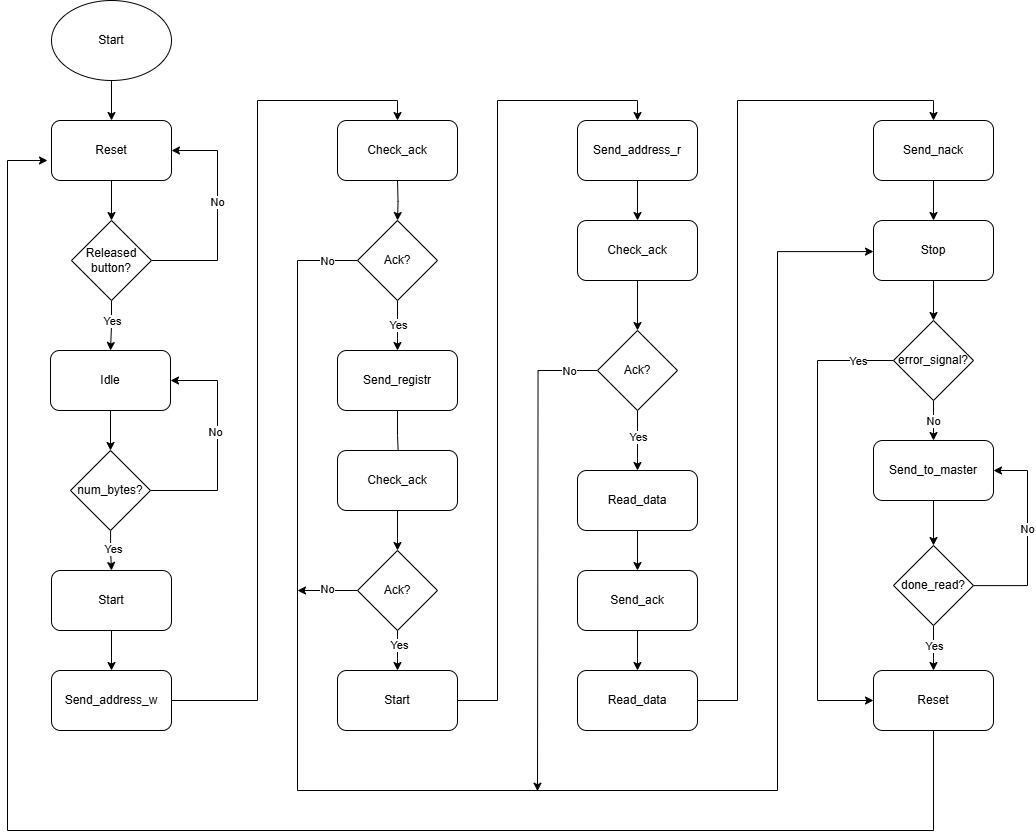
Haismd03/de1-project keeps this draw.io diagram as img/I2C_driver_flowchart.drawio.png. Above is the earlier version. Source tidied: cells renumbered, new cells last; positions are measured from the earlier drawing's top-left corner, leaving out a move shared by most shapes. Source of this version:
```xml
<mxGraphModel>
  <root>
    <mxCell id="0" />
    <mxCell id="1" parent="0" />
    <mxCell id="2" style="edgeStyle=orthogonalEdgeStyle;rounded=0;jettySize=auto;html=1;entryX=0.5;entryY=0;entryDx=0;entryDy=0;" parent="1" edge="1" source="3" target="10">
      <mxGeometry relative="1" as="geometry" />
    </mxCell>
    <mxCell id="3" value="Reset" style="rounded=1;whiteSpace=wrap;html=1;" parent="1" vertex="1">
      <mxGeometry x="44" y="120" width="120" height="60" as="geometry" />
    </mxCell>
    <mxCell id="4" style="edgeStyle=orthogonalEdgeStyle;rounded=0;jettySize=auto;html=1;entryX=0.5;entryY=0;entryDx=0;entryDy=0;" parent="1" edge="1" source="5" target="3">
      <mxGeometry relative="1" as="geometry" />
    </mxCell>
    <mxCell id="5" value="Start" style="ellipse;whiteSpace=wrap;html=1;" parent="1" vertex="1">
      <mxGeometry x="44" width="120" height="80" as="geometry" />
    </mxCell>
    <mxCell id="6" style="edgeStyle=orthogonalEdgeStyle;rounded=0;jettySize=auto;html=1;entryX=1;entryY=0.5;entryDx=0;entryDy=0;" parent="1" edge="1" source="10" target="3">
      <mxGeometry relative="1" as="geometry">
        <Array as="points">
          <mxPoint x="210" y="260" />
          <mxPoint x="210" y="150" />
        </Array>
      </mxGeometry>
    </mxCell>
    <mxCell id="7" value="No" style="edgeLabel;html=1;align=center;verticalAlign=middle;" parent="6" vertex="1">
      <mxGeometry x="0.19" y="1" relative="1" as="geometry">
        <mxPoint y="6" as="offset" />
      </mxGeometry>
    </mxCell>
    <mxCell id="8" style="edgeStyle=orthogonalEdgeStyle;rounded=0;jettySize=auto;html=1;entryX=0.5;entryY=0;entryDx=0;entryDy=0;" parent="1" edge="1" source="10" target="12">
      <mxGeometry relative="1" as="geometry" />
    </mxCell>
    <mxCell id="9" value="Yes" style="edgeLabel;html=1;align=center;verticalAlign=middle;" parent="8" vertex="1">
      <mxGeometry x="-0.18" y="2" relative="1" as="geometry">
        <mxPoint x="-2" as="offset" />
      </mxGeometry>
    </mxCell>
    <mxCell id="10" value="Released button?" style="rhombus;whiteSpace=wrap;html=1;" parent="1" vertex="1">
      <mxGeometry x="64" y="220" width="80" height="80" as="geometry" />
    </mxCell>
    <mxCell id="11" style="edgeStyle=orthogonalEdgeStyle;rounded=0;jettySize=auto;html=1;entryX=0.5;entryY=0;entryDx=0;entryDy=0;" parent="1" edge="1" source="12" target="17">
      <mxGeometry relative="1" as="geometry" />
    </mxCell>
    <mxCell id="12" value="Idle" style="rounded=1;whiteSpace=wrap;html=1;" parent="1" vertex="1">
      <mxGeometry x="43" y="350" width="120" height="60" as="geometry" />
    </mxCell>
    <mxCell id="13" style="edgeStyle=orthogonalEdgeStyle;rounded=0;jettySize=auto;html=1;entryX=1;entryY=0.5;entryDx=0;entryDy=0;" parent="1" edge="1" source="17" target="12">
      <mxGeometry relative="1" as="geometry">
        <Array as="points">
          <mxPoint x="210" y="490" />
          <mxPoint x="210" y="380" />
        </Array>
      </mxGeometry>
    </mxCell>
    <mxCell id="14" value="No" style="edgeLabel;html=1;align=center;verticalAlign=middle;" parent="13" vertex="1">
      <mxGeometry x="0.12" y="3" relative="1" as="geometry" />
    </mxCell>
    <mxCell id="15" style="edgeStyle=orthogonalEdgeStyle;rounded=0;jettySize=auto;html=1;entryX=0.5;entryY=0;entryDx=0;entryDy=0;" parent="1" edge="1" source="17" target="19">
      <mxGeometry relative="1" as="geometry" />
    </mxCell>
    <mxCell id="16" value="Yes" style="edgeLabel;html=1;align=center;verticalAlign=middle;" parent="15" vertex="1">
      <mxGeometry x="-0.1" y="2" relative="1" as="geometry" />
    </mxCell>
    <mxCell id="17" value="num_bytes?" style="rhombus;whiteSpace=wrap;html=1;" parent="1" vertex="1">
      <mxGeometry x="63" y="450" width="80" height="80" as="geometry" />
    </mxCell>
    <mxCell id="18" style="edgeStyle=orthogonalEdgeStyle;rounded=0;jettySize=auto;html=1;entryX=0.5;entryY=0;entryDx=0;entryDy=0;" parent="1" edge="1" source="19" target="21">
      <mxGeometry relative="1" as="geometry" />
    </mxCell>
    <mxCell id="19" value="Start" style="rounded=1;whiteSpace=wrap;html=1;" parent="1" vertex="1">
      <mxGeometry x="44" y="570" width="120" height="60" as="geometry" />
    </mxCell>
    <mxCell id="20" style="edgeStyle=orthogonalEdgeStyle;rounded=0;jettySize=auto;html=1;entryX=0.5;entryY=0;entryDx=0;entryDy=0;" parent="1" edge="1" source="21" target="23">
      <mxGeometry relative="1" as="geometry">
        <Array as="points">
          <mxPoint x="250" y="700" />
          <mxPoint x="250" y="100" />
          <mxPoint x="390" y="100" />
        </Array>
      </mxGeometry>
    </mxCell>
    <mxCell id="21" value="Send_address_w" style="rounded=1;whiteSpace=wrap;html=1;" parent="1" vertex="1">
      <mxGeometry x="44" y="670" width="120" height="60" as="geometry" />
    </mxCell>
    <mxCell id="22" style="edgeStyle=orthogonalEdgeStyle;rounded=0;jettySize=auto;html=1;entryX=0.5;entryY=0;entryDx=0;entryDy=0;" parent="1" edge="1" target="28">
      <mxGeometry relative="1" as="geometry">
        <mxPoint x="390" y="180" as="sourcePoint" />
      </mxGeometry>
    </mxCell>
    <mxCell id="23" value="Check_ack" style="rounded=1;whiteSpace=wrap;html=1;" parent="1" vertex="1">
      <mxGeometry x="330" y="120" width="120" height="60" as="geometry" />
    </mxCell>
    <mxCell id="24" style="edgeStyle=orthogonalEdgeStyle;rounded=0;jettySize=auto;html=1;entryX=0.5;entryY=0;entryDx=0;entryDy=0;" parent="1" edge="1" source="28" target="30">
      <mxGeometry relative="1" as="geometry" />
    </mxCell>
    <mxCell id="25" value="Yes" style="edgeLabel;html=1;align=center;verticalAlign=middle;" parent="24" vertex="1">
      <mxGeometry x="-0.09" relative="1" as="geometry" />
    </mxCell>
    <mxCell id="26" style="edgeStyle=orthogonalEdgeStyle;rounded=0;jettySize=auto;html=1;" parent="1" edge="1" source="28" target="58">
      <mxGeometry relative="1" as="geometry">
        <Array as="points">
          <mxPoint x="290" y="260" />
          <mxPoint x="290" y="790" />
          <mxPoint x="770" y="790" />
          <mxPoint x="770" y="251" />
          <mxPoint x="860" y="251" />
          <mxPoint x="860" y="250" />
        </Array>
      </mxGeometry>
    </mxCell>
    <mxCell id="27" value="No" style="edgeLabel;html=1;align=center;verticalAlign=middle;" parent="26" vertex="1">
      <mxGeometry x="-0.96" relative="1" as="geometry" />
    </mxCell>
    <mxCell id="28" value="Ack?" style="rhombus;whiteSpace=wrap;html=1;" parent="1" vertex="1">
      <mxGeometry x="350" y="220" width="80" height="80" as="geometry" />
    </mxCell>
    <mxCell id="29" style="edgeStyle=orthogonalEdgeStyle;rounded=0;jettySize=auto;html=1;exitX=0.5;exitY=1;exitDx=0;exitDy=0;" parent="1" edge="1" source="30">
      <mxGeometry relative="1" as="geometry">
        <mxPoint x="390" y="460" as="targetPoint" />
        <Array as="points">
          <mxPoint x="390" y="435" />
          <mxPoint x="391" y="435" />
          <mxPoint x="391" y="460" />
        </Array>
      </mxGeometry>
    </mxCell>
    <mxCell id="30" value="Send_registr" style="rounded=1;whiteSpace=wrap;html=1;" parent="1" vertex="1">
      <mxGeometry x="330" y="350" width="120" height="60" as="geometry" />
    </mxCell>
    <mxCell id="31" style="edgeStyle=orthogonalEdgeStyle;rounded=0;jettySize=auto;html=1;exitX=0.5;exitY=1;exitDx=0;exitDy=0;entryX=0.5;entryY=0;entryDx=0;entryDy=0;" parent="1" edge="1" source="35" target="37">
      <mxGeometry relative="1" as="geometry" />
    </mxCell>
    <mxCell id="32" value="Yes" style="edgeLabel;html=1;align=center;verticalAlign=middle;" parent="31" vertex="1">
      <mxGeometry x="-0.25" y="1" relative="1" as="geometry" />
    </mxCell>
    <mxCell id="33" style="edgeStyle=orthogonalEdgeStyle;rounded=0;jettySize=auto;html=1;" parent="1" edge="1" source="35">
      <mxGeometry relative="1" as="geometry">
        <mxPoint x="290" y="590" as="targetPoint" />
      </mxGeometry>
    </mxCell>
    <mxCell id="34" value="No" style="edgeLabel;html=1;align=center;verticalAlign=middle;" parent="33" vertex="1">
      <mxGeometry x="-0.03" y="-2" relative="1" as="geometry">
        <mxPoint x="1" y="-2" as="offset" />
      </mxGeometry>
    </mxCell>
    <mxCell id="35" value="Ack?" style="rhombus;whiteSpace=wrap;html=1;" parent="1" vertex="1">
      <mxGeometry x="350" y="550" width="80" height="80" as="geometry" />
    </mxCell>
    <mxCell id="36" style="edgeStyle=orthogonalEdgeStyle;rounded=0;jettySize=auto;html=1;entryX=0.5;entryY=0;entryDx=0;entryDy=0;" parent="1" edge="1" source="37" target="39">
      <mxGeometry relative="1" as="geometry">
        <Array as="points">
          <mxPoint x="490" y="700" />
          <mxPoint x="490" y="100" />
          <mxPoint x="630" y="100" />
        </Array>
      </mxGeometry>
    </mxCell>
    <mxCell id="37" value="Start" style="rounded=1;whiteSpace=wrap;html=1;" parent="1" vertex="1">
      <mxGeometry x="330" y="670" width="120" height="60" as="geometry" />
    </mxCell>
    <mxCell id="38" style="edgeStyle=orthogonalEdgeStyle;rounded=0;jettySize=auto;html=1;exitX=0.5;exitY=1;exitDx=0;exitDy=0;entryX=0.5;entryY=0;entryDx=0;entryDy=0;" parent="1" edge="1" source="39" target="48">
      <mxGeometry relative="1" as="geometry" />
    </mxCell>
    <mxCell id="39" value="Send_address_r" style="rounded=1;whiteSpace=wrap;html=1;" parent="1" vertex="1">
      <mxGeometry x="570" y="120" width="120" height="60" as="geometry" />
    </mxCell>
    <mxCell id="40" style="edgeStyle=orthogonalEdgeStyle;rounded=0;jettySize=auto;html=1;entryX=0.5;entryY=0;entryDx=0;entryDy=0;" parent="1" edge="1" source="41" target="35">
      <mxGeometry relative="1" as="geometry" />
    </mxCell>
    <mxCell id="41" value="Check_ack" style="rounded=1;whiteSpace=wrap;html=1;" parent="1" vertex="1">
      <mxGeometry x="330" y="450" width="120" height="60" as="geometry" />
    </mxCell>
    <mxCell id="42" style="edgeStyle=orthogonalEdgeStyle;rounded=0;jettySize=auto;html=1;entryX=0.5;entryY=0;entryDx=0;entryDy=0;" parent="1" edge="1" source="46" target="50">
      <mxGeometry relative="1" as="geometry" />
    </mxCell>
    <mxCell id="43" value="Yes" style="edgeLabel;html=1;align=center;verticalAlign=middle;" parent="42" vertex="1">
      <mxGeometry x="0.07" y="2" relative="1" as="geometry">
        <mxPoint x="-2" y="-7" as="offset" />
      </mxGeometry>
    </mxCell>
    <mxCell id="44" style="edgeStyle=orthogonalEdgeStyle;rounded=0;jettySize=auto;html=1;" parent="1" edge="1" source="46">
      <mxGeometry relative="1" as="geometry">
        <mxPoint x="530" y="790.7" as="targetPoint" />
      </mxGeometry>
    </mxCell>
    <mxCell id="45" value="No" style="edgeLabel;html=1;align=center;verticalAlign=middle;" parent="44" vertex="1">
      <mxGeometry x="-0.88" relative="1" as="geometry" />
    </mxCell>
    <mxCell id="46" value="Ack?" style="rhombus;whiteSpace=wrap;html=1;" parent="1" vertex="1">
      <mxGeometry x="590" y="330" width="80" height="80" as="geometry" />
    </mxCell>
    <mxCell id="47" style="edgeStyle=orthogonalEdgeStyle;rounded=0;jettySize=auto;html=1;entryX=0.5;entryY=0;entryDx=0;entryDy=0;" parent="1" edge="1" source="48" target="46">
      <mxGeometry relative="1" as="geometry" />
    </mxCell>
    <mxCell id="48" value="Check_ack" style="rounded=1;whiteSpace=wrap;html=1;" parent="1" vertex="1">
      <mxGeometry x="570" y="220" width="120" height="60" as="geometry" />
    </mxCell>
    <mxCell id="49" style="edgeStyle=orthogonalEdgeStyle;rounded=0;jettySize=auto;html=1;entryX=0.5;entryY=0;entryDx=0;entryDy=0;" parent="1" edge="1" source="50" target="52">
      <mxGeometry relative="1" as="geometry" />
    </mxCell>
    <mxCell id="50" value="Read_data" style="rounded=1;whiteSpace=wrap;html=1;" parent="1" vertex="1">
      <mxGeometry x="570" y="470" width="120" height="60" as="geometry" />
    </mxCell>
    <mxCell id="51" style="edgeStyle=orthogonalEdgeStyle;rounded=0;jettySize=auto;html=1;entryX=0.5;entryY=0;entryDx=0;entryDy=0;" parent="1" edge="1" source="52" target="54">
      <mxGeometry relative="1" as="geometry" />
    </mxCell>
    <mxCell id="52" value="Send_ack" style="rounded=1;whiteSpace=wrap;html=1;" parent="1" vertex="1">
      <mxGeometry x="570" y="570" width="120" height="60" as="geometry" />
    </mxCell>
    <mxCell id="53" style="edgeStyle=orthogonalEdgeStyle;rounded=0;jettySize=auto;html=1;entryX=0.5;entryY=0;entryDx=0;entryDy=0;" parent="1" edge="1" source="54" target="56">
      <mxGeometry relative="1" as="geometry">
        <Array as="points">
          <mxPoint x="730" y="700" />
          <mxPoint x="730" y="100" />
          <mxPoint x="926" y="100" />
        </Array>
      </mxGeometry>
    </mxCell>
    <mxCell id="54" value="Read_data" style="rounded=1;whiteSpace=wrap;html=1;" parent="1" vertex="1">
      <mxGeometry x="570" y="670" width="120" height="60" as="geometry" />
    </mxCell>
    <mxCell id="55" style="edgeStyle=orthogonalEdgeStyle;rounded=0;jettySize=auto;html=1;entryX=0.5;entryY=0;entryDx=0;entryDy=0;" parent="1" edge="1" source="56" target="58">
      <mxGeometry relative="1" as="geometry" />
    </mxCell>
    <mxCell id="56" value="Send_nack" style="rounded=1;whiteSpace=wrap;html=1;" parent="1" vertex="1">
      <mxGeometry x="866" y="120" width="120" height="60" as="geometry" />
    </mxCell>
    <mxCell id="57" style="edgeStyle=orthogonalEdgeStyle;rounded=0;jettySize=auto;html=1;entryX=0.5;entryY=0;entryDx=0;entryDy=0;" parent="1" edge="1" source="58" target="63">
      <mxGeometry relative="1" as="geometry" />
    </mxCell>
    <mxCell id="58" value="Stop" style="rounded=1;whiteSpace=wrap;html=1;" parent="1" vertex="1">
      <mxGeometry x="866" y="220" width="120" height="60" as="geometry" />
    </mxCell>
    <mxCell id="59" style="edgeStyle=orthogonalEdgeStyle;rounded=0;jettySize=auto;html=1;exitX=0.5;exitY=1;exitDx=0;exitDy=0;entryX=0.5;entryY=0;entryDx=0;entryDy=0;" parent="1" edge="1" source="63" target="65">
      <mxGeometry relative="1" as="geometry" />
    </mxCell>
    <mxCell id="60" value="No" style="edgeLabel;html=1;align=center;verticalAlign=middle;" parent="59" vertex="1">
      <mxGeometry x="-0.04" y="-1" relative="1" as="geometry" />
    </mxCell>
    <mxCell id="61" style="edgeStyle=orthogonalEdgeStyle;rounded=0;jettySize=auto;html=1;entryX=0;entryY=0.5;entryDx=0;entryDy=0;" parent="1" edge="1" source="63" target="72">
      <mxGeometry relative="1" as="geometry">
        <Array as="points">
          <mxPoint x="810" y="360" />
          <mxPoint x="810" y="700" />
        </Array>
      </mxGeometry>
    </mxCell>
    <mxCell id="62" value="Yes" style="edgeLabel;html=1;align=center;verticalAlign=middle;" parent="61" vertex="1">
      <mxGeometry x="-0.85" relative="1" as="geometry" />
    </mxCell>
    <mxCell id="63" value="error_signal?" style="rhombus;whiteSpace=wrap;html=1;" parent="1" vertex="1">
      <mxGeometry x="886" y="320" width="80" height="80" as="geometry" />
    </mxCell>
    <mxCell id="64" style="edgeStyle=orthogonalEdgeStyle;rounded=0;jettySize=auto;html=1;entryX=0.5;entryY=0;entryDx=0;entryDy=0;" parent="1" edge="1" source="65" target="70">
      <mxGeometry relative="1" as="geometry" />
    </mxCell>
    <mxCell id="65" value="Send_to_master" style="rounded=1;whiteSpace=wrap;html=1;" parent="1" vertex="1">
      <mxGeometry x="866" y="440" width="120" height="60" as="geometry" />
    </mxCell>
    <mxCell id="66" style="edgeStyle=orthogonalEdgeStyle;rounded=0;jettySize=auto;html=1;entryX=0.5;entryY=0;entryDx=0;entryDy=0;" parent="1" edge="1" source="70" target="72">
      <mxGeometry relative="1" as="geometry" />
    </mxCell>
    <mxCell id="67" value="Yes" style="edgeLabel;html=1;align=center;verticalAlign=middle;" parent="66" vertex="1">
      <mxGeometry x="-0.13" relative="1" as="geometry" />
    </mxCell>
    <mxCell id="68" style="edgeStyle=orthogonalEdgeStyle;rounded=0;jettySize=auto;html=1;entryX=1;entryY=0.5;entryDx=0;entryDy=0;" parent="1" edge="1" source="70" target="65">
      <mxGeometry relative="1" as="geometry">
        <Array as="points">
          <mxPoint x="1020" y="585" />
          <mxPoint x="1020" y="470" />
        </Array>
      </mxGeometry>
    </mxCell>
    <mxCell id="69" value="No" style="edgeLabel;html=1;align=center;verticalAlign=middle;" parent="68" vertex="1">
      <mxGeometry x="0.09" y="1" relative="1" as="geometry" />
    </mxCell>
    <mxCell id="70" value="done&lt;span style=&quot;background-color: transparent; color: light-dark(rgb(0, 0, 0), rgb(255, 255, 255));&quot;&gt;_read?&lt;/span&gt;" style="rhombus;whiteSpace=wrap;html=1;" parent="1" vertex="1">
      <mxGeometry x="886" y="545" width="80" height="80" as="geometry" />
    </mxCell>
    <mxCell id="71" style="edgeStyle=orthogonalEdgeStyle;rounded=0;jettySize=auto;html=1;" parent="1" edge="1" source="72">
      <mxGeometry relative="1" as="geometry">
        <mxPoint x="40" y="160" as="targetPoint" />
        <Array as="points">
          <mxPoint x="926" y="830" />
          <mxPoint y="830" />
          <mxPoint y="160" />
        </Array>
      </mxGeometry>
    </mxCell>
    <mxCell id="72" value="Reset" style="rounded=1;whiteSpace=wrap;html=1;" parent="1" vertex="1">
      <mxGeometry x="866" y="670" width="120" height="60" as="geometry" />
    </mxCell>
  </root>
</mxGraphModel>
```
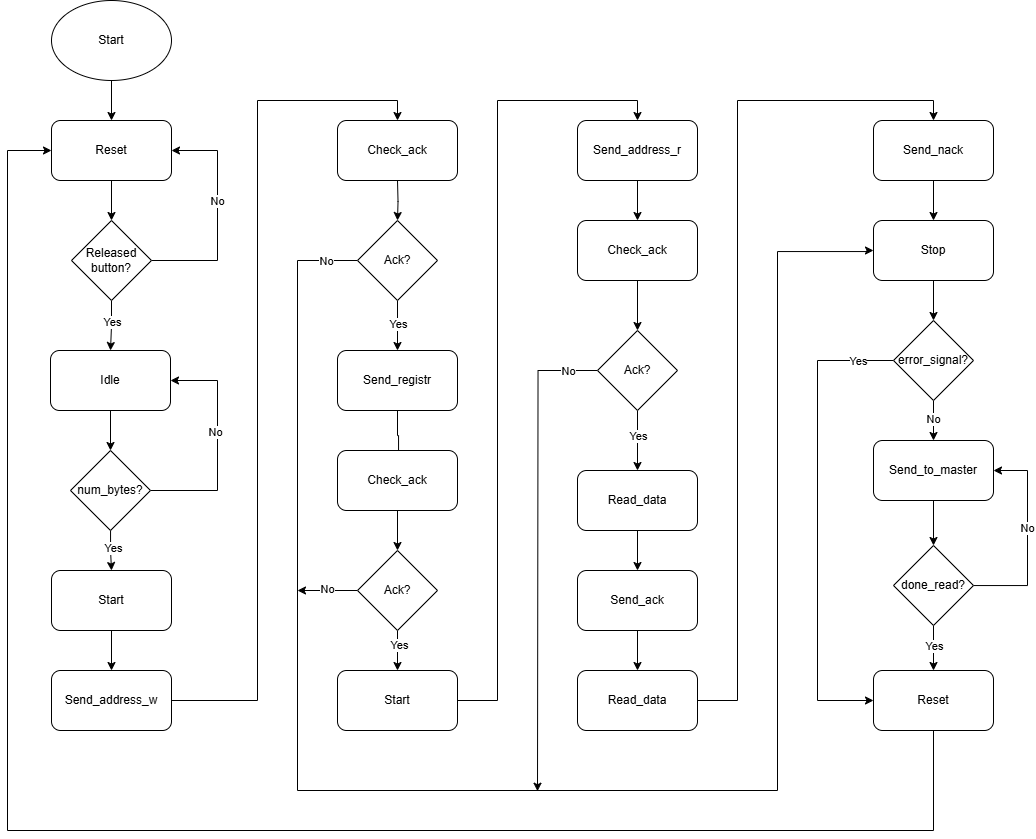
The same diagram one commit later.

Change to the diagram source:
```diff
@@ -277,13 +277,12 @@
     <mxCell id="70" value="done&lt;span style=&quot;background-color: transparent; color: light-dark(rgb(0, 0, 0), rgb(255, 255, 255));&quot;&gt;_read?&lt;/span&gt;" style="rhombus;whiteSpace=wrap;html=1;" parent="1" vertex="1">
       <mxGeometry x="886" y="545" width="80" height="80" as="geometry" />
     </mxCell>
-    <mxCell id="71" style="edgeStyle=orthogonalEdgeStyle;rounded=0;jettySize=auto;html=1;" parent="1" edge="1" source="72">
+    <mxCell id="71" style="edgeStyle=orthogonalEdgeStyle;rounded=0;jettySize=auto;html=1;" parent="1" edge="1" source="72" target="3">
       <mxGeometry relative="1" as="geometry">
-        <mxPoint x="40" y="160" as="targetPoint" />
         <Array as="points">
           <mxPoint x="926" y="830" />
           <mxPoint y="830" />
-          <mxPoint y="160" />
+          <mxPoint y="150" />
         </Array>
       </mxGeometry>
     </mxCell>
```
